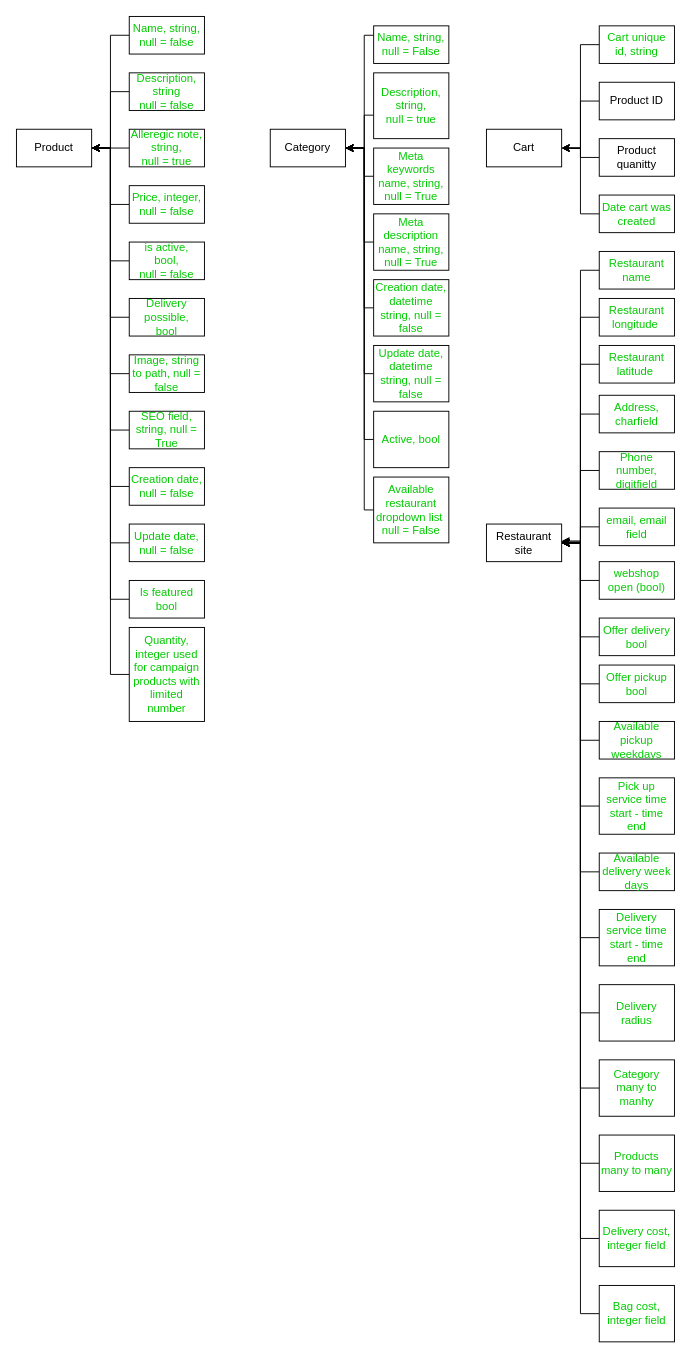
JianDk/HD_website keeps this draw.io diagram as Untitled Diagram.drawio. Above is the earlier version. Source tidied: cells renumbered, new cells numbered last; positions are measured from the earlier drawing's top-left corner, leaving out a move shared by most shapes. Both pictures are drawn from the tidied source at 94%, with x=0, y=0 at pixel (16, 16).
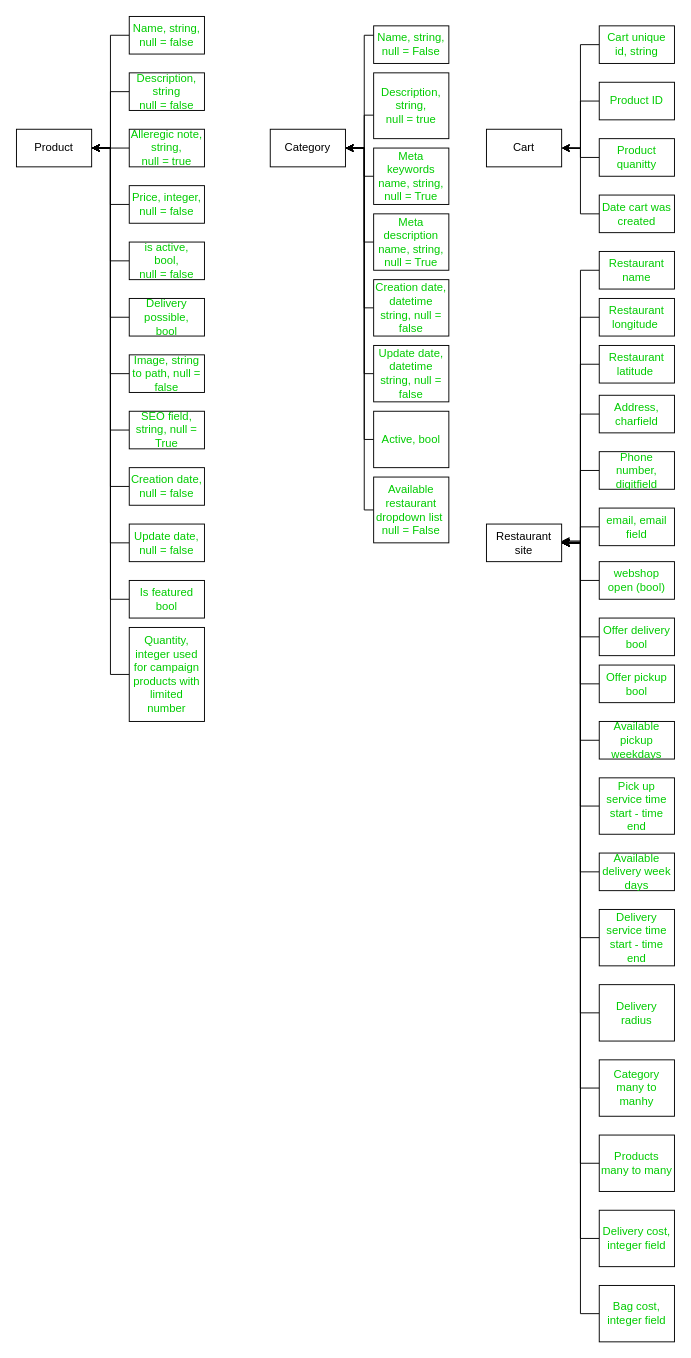
Above is the later version.

The edit, as a diff of the source:
```diff
@@
-    <mxCell id="46" value="Product ID" style="rounded=0;whiteSpace=wrap;html=1;" parent="1" vertex="1">
+    <mxCell id="46" value="&lt;font color=&quot;#00cc00&quot;&gt;Product ID&lt;/font&gt;" style="rounded=0;whiteSpace=wrap;html=1;" parent="1" vertex="1">
       <mxGeometry x="620" y="70" width="80" height="40" as="geometry" />
     </mxCell>
@@
-    <mxCell id="48" value="Product quanitty" style="rounded=0;whiteSpace=wrap;html=1;" parent="1" vertex="1">
+    <mxCell id="48" value="&lt;font color=&quot;#00cc00&quot;&gt;Product quanitty&lt;/font&gt;" style="rounded=0;whiteSpace=wrap;html=1;" parent="1" vertex="1">
       <mxGeometry x="620" y="130" width="80" height="40" as="geometry" />
     </mxCell>
```
